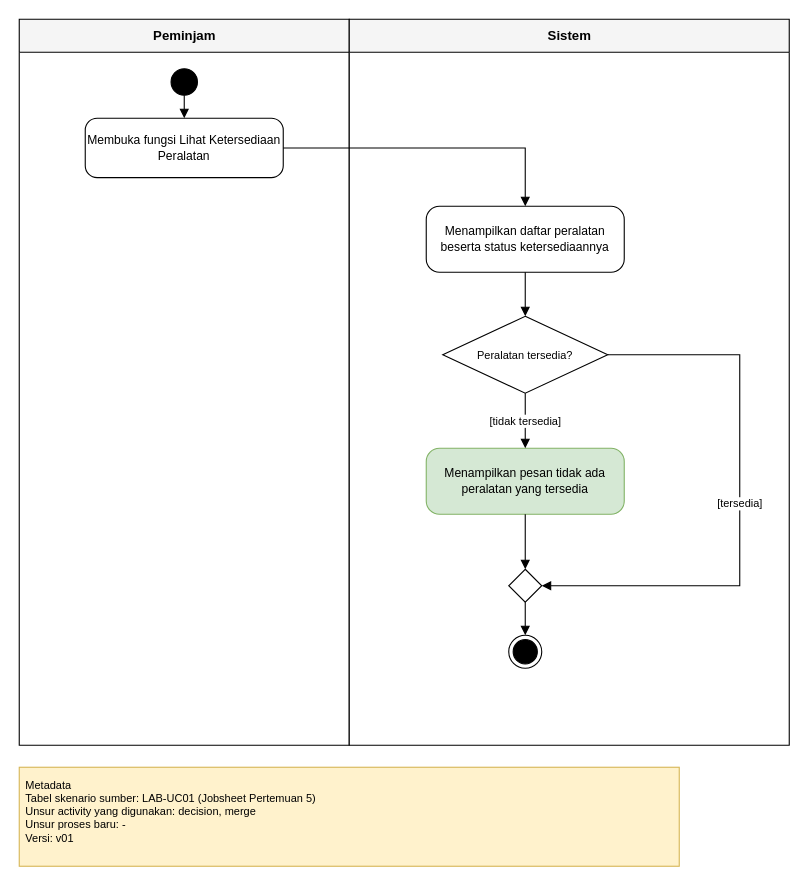
Above: 04_model_analisis/P06/LAB/P06_2406027_LAB_activity_lihat_ketersediaan_v01.drawio in Muhamadrojaka15/IFRWP5149_2406027_LabAlat (draw.io), before the change. Source tidied: cells renumbered, new cells numbered last; positions are measured from the earlier drawing's top-left corner, leaving out a move shared by most shapes. Both pictures are drawn from the tidied source at 110%, with x=0, y=0 at pixel (19, 19).
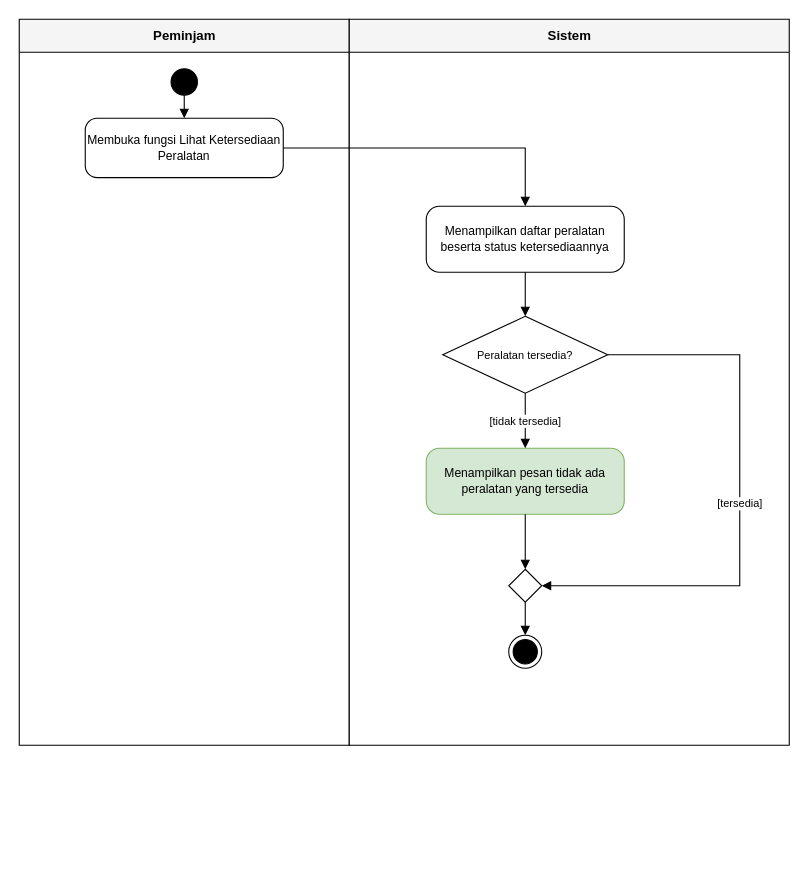
The same page after the edit.

Change to the diagram source:
```diff
@@
-    <mxCell id="18" value="Metadata&#10;Tabel skenario sumber: LAB-UC01 (Jobsheet Pertemuan 5)&#10;Unsur activity yang digunakan: decision, merge&#10;Unsur proses baru: -&#10;Versi: v01" style="text;html=1;whiteSpace=wrap;align=left;verticalAlign=top;fontSize=10;fillColor=#fff2cc;strokeColor=#d6b656;spacing=6;" parent="1" vertex="1">
-      <mxGeometry y="680" width="600" height="90" as="geometry" />
-    </mxCell>
```
